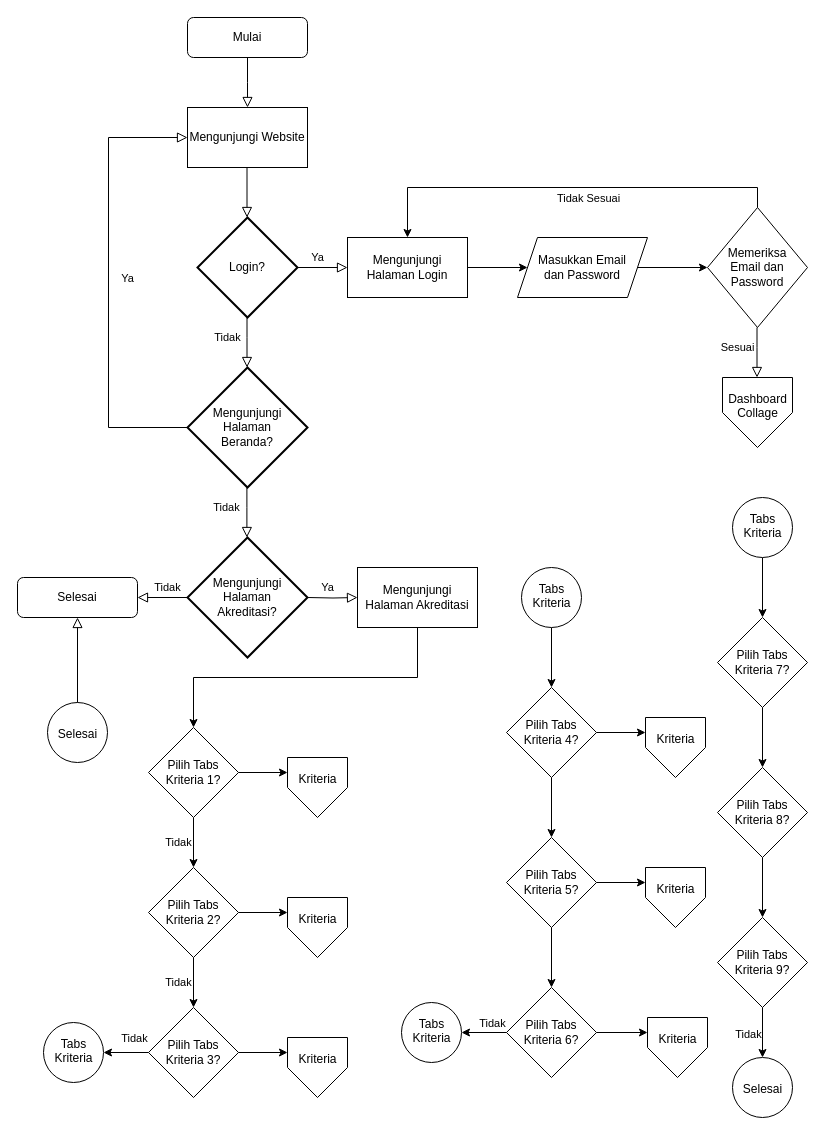
Before: page "Beranda" (1 of 2) of FilemanagerLPMI.drawio in muhfajarm/laravel-file-manager, a draw.io diagram. Source tidied: cells renumbered, new cells numbered last; positions are measured from the earlier drawing's top-left corner, leaving out a move shared by most shapes. Both pictures are drawn from the tidied source at 100%, with x=0, y=0 at pixel (17, 17).
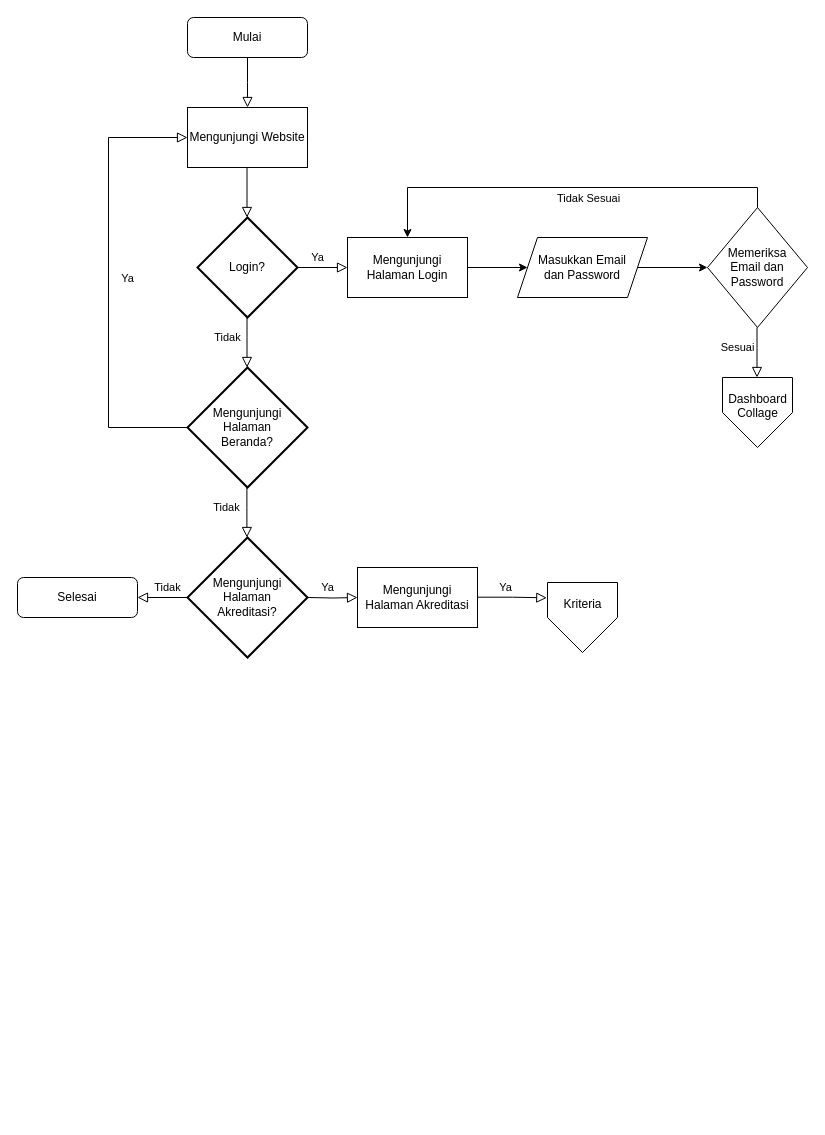
After the change.

Commit message (it also covers changes not shown here):
Update - Memindahkan Kriteria - FilemanagerLPMI.drawio

The change refers to these unchanged cells:
```xml
<mxCell id="13" value="Mengunjungi Halaman Akreditasi" style="rounded=0;whiteSpace=wrap;html=1;" parent="1" vertex="1">
  <mxGeometry x="340" y="550" width="120" height="60" as="geometry" />
</mxCell>
<mxCell id="16" value="Selesai" style="rounded=1;whiteSpace=wrap;html=1;fontSize=12;glass=0;strokeWidth=1;shadow=0;" parent="1" vertex="1">
  <mxGeometry y="560" width="120" height="40" as="geometry" />
</mxCell>
```

Change to the diagram source:
```diff
@@
-    <mxCell id="12" style="edgeStyle=orthogonalEdgeStyle;rounded=0;jettySize=auto;html=1;entryX=0.5;entryY=0;entryDx=0;entryDy=0;" parent="1" edge="1" source="13" target="29">
-      <mxGeometry relative="1" as="geometry">
-        <Array as="points">
-          <mxPoint x="400" y="660" />
-          <mxPoint x="176" y="660" />
-        </Array>
-      </mxGeometry>
-    </mxCell>
@@
-    <mxCell id="27" style="edgeStyle=orthogonalEdgeStyle;rounded=0;jettySize=auto;html=1;" parent="1" edge="1" source="29" target="30">
-      <mxGeometry relative="1" as="geometry" />
-    </mxCell>
-    <mxCell id="28" value="&lt;div&gt;Tidak&lt;/div&gt;" style="edgeLabel;html=1;align=center;verticalAlign=middle;" parent="27" vertex="1">
-      <mxGeometry x="0.2" relative="1" as="geometry">
-        <mxPoint x="-16" y="-6" as="offset" />
-      </mxGeometry>
-    </mxCell>
-    <mxCell id="29" value="&lt;div&gt;Pilih Tabs&lt;/div&gt;&lt;div&gt;Kriteria 1?&lt;br&gt;&lt;/div&gt;" style="rhombus;whiteSpace=wrap;html=1;rounded=0;" parent="1" vertex="1">
-      <mxGeometry x="131" y="710" width="90" height="90" as="geometry" />
-    </mxCell>
-    <mxCell id="30" value="Pilih Tabs Kriteria 2?" style="rhombus;whiteSpace=wrap;html=1;rounded=0;" parent="1" vertex="1">
-      <mxGeometry x="131" y="850" width="90" height="90" as="geometry" />
-    </mxCell>
-    <mxCell id="31" value="Pilih Tabs Kriteria 3?" style="rhombus;whiteSpace=wrap;html=1;rounded=0;" parent="1" vertex="1">
-      <mxGeometry x="131" y="990" width="90" height="90" as="geometry" />
-    </mxCell>
-    <mxCell id="32" value="&lt;div&gt;Selesai&lt;/div&gt;" style="verticalLabelPosition=bottom;verticalAlign=top;html=1;shape=mxgraph.flowchart.on-page_reference;spacing=-40;" parent="1" vertex="1">
-      <mxGeometry x="30" y="685" width="60" height="60" as="geometry" />
-    </mxCell>
-    <mxCell id="33" style="rounded=0;html=1;jettySize=auto;fontSize=11;endArrow=block;endFill=0;endSize=8;strokeWidth=1;shadow=0;labelBackgroundColor=none;edgeStyle=orthogonalEdgeStyle;spacingRight=0;exitX=0.5;exitY=0;exitDx=0;exitDy=0;exitPerimeter=0;entryX=0.5;entryY=1;entryDx=0;entryDy=0;" parent="1" edge="1" source="32" target="16">
-      <mxGeometry x="-0.2" y="-20" relative="1" as="geometry" />
-    </mxCell>
-    <mxCell id="34" value="&lt;div&gt;Tabs&lt;/div&gt;&lt;div&gt;Kriteria&lt;/div&gt;" style="verticalLabelPosition=bottom;verticalAlign=top;html=1;shape=mxgraph.flowchart.on-page_reference;spacing=-50;" parent="1" vertex="1">
-      <mxGeometry x="26" y="1005" width="60" height="60" as="geometry" />
-    </mxCell>
-    <mxCell id="35" style="edgeStyle=orthogonalEdgeStyle;rounded=0;jettySize=auto;html=1;entryX=1;entryY=0.5;entryDx=0;entryDy=0;entryPerimeter=0;exitX=0;exitY=0.5;exitDx=0;exitDy=0;" parent="1" edge="1" source="31" target="34">
-      <mxGeometry relative="1" as="geometry" />
-    </mxCell>
-    <mxCell id="36" value="Tidak" style="edgeLabel;html=1;align=center;verticalAlign=middle;" parent="35" vertex="1">
-      <mxGeometry x="-0.46" y="-1" relative="1" as="geometry">
-        <mxPoint x="-3" y="-14" as="offset" />
-      </mxGeometry>
-    </mxCell>
-    <mxCell id="37" style="edgeStyle=orthogonalEdgeStyle;rounded=0;jettySize=auto;html=1;exitX=0.5;exitY=1;exitDx=0;exitDy=0;entryX=0.5;entryY=0;entryDx=0;entryDy=0;" parent="1" edge="1" source="30" target="31">
-      <mxGeometry relative="1" as="geometry" />
-    </mxCell>
-    <mxCell id="38" value="&lt;div&gt;Tidak&lt;/div&gt;" style="edgeLabel;html=1;align=center;verticalAlign=middle;" parent="37" vertex="1">
-      <mxGeometry x="0.2" relative="1" as="geometry">
-        <mxPoint x="-16" y="-6" as="offset" />
-      </mxGeometry>
-    </mxCell>
-    <mxCell id="39" style="edgeStyle=orthogonalEdgeStyle;rounded=0;jettySize=auto;html=1;entryX=0.5;entryY=0;entryDx=0;entryDy=0;exitX=0.5;exitY=1;exitDx=0;exitDy=0;exitPerimeter=0;" parent="1" edge="1" source="40" target="41">
-      <mxGeometry relative="1" as="geometry" />
-    </mxCell>
-    <mxCell id="40" value="&lt;div&gt;Tabs&lt;/div&gt;&lt;div&gt;Kriteria&lt;/div&gt;" style="verticalLabelPosition=bottom;verticalAlign=top;html=1;shape=mxgraph.flowchart.on-page_reference;spacingRight=0;spacingLeft=0;spacing=-50;" parent="1" vertex="1">
-      <mxGeometry x="504" y="550" width="60" height="60" as="geometry" />
-    </mxCell>
-    <mxCell id="41" value="&lt;div&gt;Pilih Tabs&lt;/div&gt;&lt;div&gt;Kriteria 4?&lt;br&gt;&lt;/div&gt;" style="rhombus;whiteSpace=wrap;html=1;rounded=0;" parent="1" vertex="1">
-      <mxGeometry x="489" y="670" width="90" height="90" as="geometry" />
-    </mxCell>
-    <mxCell id="42" style="edgeStyle=orthogonalEdgeStyle;rounded=0;jettySize=auto;html=1;exitX=0.5;exitY=1;exitDx=0;exitDy=0;entryX=0.5;entryY=0;entryDx=0;entryDy=0;" parent="1" edge="1" source="41" target="43">
-      <mxGeometry relative="1" as="geometry" />
-    </mxCell>
-    <mxCell id="43" value="&lt;div&gt;Pilih Tabs&lt;/div&gt;&lt;div&gt;Kriteria 5?&lt;br&gt;&lt;/div&gt;" style="rhombus;whiteSpace=wrap;html=1;rounded=0;" parent="1" vertex="1">
-      <mxGeometry x="489" y="820" width="90" height="90" as="geometry" />
-    </mxCell>
-    <mxCell id="44" style="edgeStyle=orthogonalEdgeStyle;rounded=0;jettySize=auto;html=1;entryX=0.5;entryY=0;entryDx=0;entryDy=0;exitX=0.5;exitY=1;exitDx=0;exitDy=0;" parent="1" edge="1" source="43" target="45">
-      <mxGeometry relative="1" as="geometry" />
-    </mxCell>
-    <mxCell id="45" value="&lt;div&gt;Pilih Tabs&lt;/div&gt;&lt;div&gt;Kriteria 6?&lt;br&gt;&lt;/div&gt;" style="rhombus;whiteSpace=wrap;html=1;rounded=0;" parent="1" vertex="1">
-      <mxGeometry x="489" y="970" width="90" height="90" as="geometry" />
-    </mxCell>
-    <mxCell id="46" value="&lt;div&gt;Tabs&lt;/div&gt;&lt;div&gt;Kriteria&lt;/div&gt;" style="verticalLabelPosition=bottom;verticalAlign=top;html=1;shape=mxgraph.flowchart.on-page_reference;spacing=-50;" parent="1" vertex="1">
-      <mxGeometry x="384" y="985" width="60" height="60" as="geometry" />
-    </mxCell>
-    <mxCell id="47" style="edgeStyle=orthogonalEdgeStyle;rounded=0;jettySize=auto;html=1;entryX=1;entryY=0.5;entryDx=0;entryDy=0;entryPerimeter=0;exitX=0;exitY=0.5;exitDx=0;exitDy=0;" parent="1" edge="1" source="45" target="46">
-      <mxGeometry relative="1" as="geometry" />
-    </mxCell>
-    <mxCell id="48" value="Tidak" style="edgeLabel;html=1;align=center;verticalAlign=middle;" parent="47" vertex="1">
-      <mxGeometry x="-0.46" y="-1" relative="1" as="geometry">
-        <mxPoint x="-3" y="-9" as="offset" />
-      </mxGeometry>
-    </mxCell>
-    <mxCell id="49" style="edgeStyle=orthogonalEdgeStyle;rounded=0;jettySize=auto;html=1;entryX=0.5;entryY=0;entryDx=0;entryDy=0;exitX=0.5;exitY=1;exitDx=0;exitDy=0;exitPerimeter=0;" parent="1" edge="1" source="50" target="51">
-      <mxGeometry relative="1" as="geometry" />
-    </mxCell>
-    <mxCell id="50" value="&lt;div&gt;Tabs&lt;/div&gt;&lt;div&gt;Kriteria&lt;/div&gt;" style="verticalLabelPosition=bottom;verticalAlign=top;html=1;shape=mxgraph.flowchart.on-page_reference;spacingRight=0;spacingLeft=0;spacing=-50;" parent="1" vertex="1">
-      <mxGeometry x="715" y="480" width="60" height="60" as="geometry" />
-    </mxCell>
-    <mxCell id="51" value="&lt;div&gt;Pilih Tabs&lt;/div&gt;&lt;div&gt;Kriteria 7?&lt;br&gt;&lt;/div&gt;" style="rhombus;whiteSpace=wrap;html=1;rounded=0;" parent="1" vertex="1">
-      <mxGeometry x="700" y="600" width="90" height="90" as="geometry" />
-    </mxCell>
-    <mxCell id="52" style="edgeStyle=orthogonalEdgeStyle;rounded=0;jettySize=auto;html=1;exitX=0.5;exitY=1;exitDx=0;exitDy=0;entryX=0.5;entryY=0;entryDx=0;entryDy=0;" parent="1" edge="1" source="51" target="53">
-      <mxGeometry relative="1" as="geometry" />
-    </mxCell>
-    <mxCell id="53" value="&lt;div&gt;Pilih Tabs&lt;/div&gt;&lt;div&gt;Kriteria 8?&lt;br&gt;&lt;/div&gt;" style="rhombus;whiteSpace=wrap;html=1;rounded=0;" parent="1" vertex="1">
-      <mxGeometry x="700" y="750" width="90" height="90" as="geometry" />
-    </mxCell>
-    <mxCell id="54" style="edgeStyle=orthogonalEdgeStyle;rounded=0;jettySize=auto;html=1;entryX=0.5;entryY=0;entryDx=0;entryDy=0;exitX=0.5;exitY=1;exitDx=0;exitDy=0;" parent="1" edge="1" source="53" target="55">
-      <mxGeometry relative="1" as="geometry" />
-    </mxCell>
-    <mxCell id="55" value="&lt;div&gt;Pilih Tabs&lt;/div&gt;&lt;div&gt;Kriteria 9?&lt;br&gt;&lt;/div&gt;" style="rhombus;whiteSpace=wrap;html=1;rounded=0;" parent="1" vertex="1">
-      <mxGeometry x="700" y="900" width="90" height="90" as="geometry" />
-    </mxCell>
-    <mxCell id="56" value="Selesai" style="verticalLabelPosition=bottom;verticalAlign=top;html=1;shape=mxgraph.flowchart.on-page_reference;spacing=-40;" parent="1" vertex="1">
-      <mxGeometry x="715" y="1040" width="60" height="60" as="geometry" />
-    </mxCell>
-    <mxCell id="57" style="edgeStyle=orthogonalEdgeStyle;rounded=0;jettySize=auto;html=1;entryX=0.5;entryY=0;entryDx=0;entryDy=0;entryPerimeter=0;exitX=0.5;exitY=1;exitDx=0;exitDy=0;" parent="1" edge="1" source="55" target="56">
-      <mxGeometry relative="1" as="geometry" />
-    </mxCell>
-    <mxCell id="58" value="Tidak" style="edgeLabel;html=1;align=center;verticalAlign=middle;" parent="57" vertex="1">
-      <mxGeometry x="-0.46" y="-1" relative="1" as="geometry">
-        <mxPoint x="-14" y="12" as="offset" />
-      </mxGeometry>
-    </mxCell>
-    <mxCell id="59" value="Kriteria" style="verticalLabelPosition=bottom;verticalAlign=top;html=1;shape=offPageConnector;rounded=0;size=0.5;spacing=-50;" parent="1" vertex="1">
-      <mxGeometry x="270" y="740" width="60" height="60" as="geometry" />
-    </mxCell>
-    <mxCell id="60" style="endArrow=classic;html=1;rounded=0;entryX=0;entryY=0.25;entryDx=0;entryDy=0;exitX=1;exitY=0.5;exitDx=0;exitDy=0;" parent="1" edge="1" source="29" target="59">
-      <mxGeometry relative="1" as="geometry" />
-    </mxCell>
-    <mxCell id="61" value="Kriteria" style="verticalLabelPosition=bottom;verticalAlign=top;html=1;shape=offPageConnector;rounded=0;size=0.5;spacing=-50;" parent="1" vertex="1">
-      <mxGeometry x="270" y="880" width="60" height="60" as="geometry" />
-    </mxCell>
-    <mxCell id="62" style="endArrow=classic;html=1;rounded=0;entryX=0;entryY=0.25;entryDx=0;entryDy=0;exitX=1;exitY=0.5;exitDx=0;exitDy=0;" parent="1" edge="1" source="30" target="61">
-      <mxGeometry relative="1" as="geometry" />
-    </mxCell>
-    <mxCell id="63" value="Kriteria" style="verticalLabelPosition=bottom;verticalAlign=top;html=1;shape=offPageConnector;rounded=0;size=0.5;spacing=-50;" parent="1" vertex="1">
-      <mxGeometry x="270" y="1020" width="60" height="60" as="geometry" />
-    </mxCell>
-    <mxCell id="64" style="endArrow=classic;html=1;rounded=0;entryX=0;entryY=0.25;entryDx=0;entryDy=0;exitX=1;exitY=0.5;exitDx=0;exitDy=0;" parent="1" edge="1" source="31" target="63">
-      <mxGeometry relative="1" as="geometry" />
-    </mxCell>
-    <mxCell id="65" value="Kriteria" style="verticalLabelPosition=bottom;verticalAlign=top;html=1;shape=offPageConnector;rounded=0;size=0.5;spacing=-50;" parent="1" vertex="1">
-      <mxGeometry x="628" y="700" width="60" height="60" as="geometry" />
-    </mxCell>
-    <mxCell id="66" style="endArrow=classic;html=1;rounded=0;entryX=0;entryY=0.25;entryDx=0;entryDy=0;exitX=1;exitY=0.5;exitDx=0;exitDy=0;" parent="1" edge="1" source="41" target="65">
-      <mxGeometry relative="1" as="geometry" />
-    </mxCell>
-    <mxCell id="67" value="Kriteria" style="verticalLabelPosition=bottom;verticalAlign=top;html=1;shape=offPageConnector;rounded=0;size=0.5;spacing=-50;" parent="1" vertex="1">
-      <mxGeometry x="628" y="850" width="60" height="60" as="geometry" />
-    </mxCell>
-    <mxCell id="68" style="endArrow=classic;html=1;rounded=0;entryX=0;entryY=0.25;entryDx=0;entryDy=0;exitX=1;exitY=0.5;exitDx=0;exitDy=0;" parent="1" edge="1" source="43" target="67">
-      <mxGeometry relative="1" as="geometry" />
-    </mxCell>
-    <mxCell id="69" value="Kriteria" style="verticalLabelPosition=bottom;verticalAlign=top;html=1;shape=offPageConnector;rounded=0;size=0.5;spacing=-50;" parent="1" vertex="1">
-      <mxGeometry x="630" y="1000" width="60" height="60" as="geometry" />
-    </mxCell>
-    <mxCell id="70" style="endArrow=classic;html=1;rounded=0;entryX=0;entryY=0.25;entryDx=0;entryDy=0;exitX=1;exitY=0.5;exitDx=0;exitDy=0;" parent="1" edge="1" source="45" target="69">
-      <mxGeometry relative="1" as="geometry" />
-    </mxCell>
+    <mxCell id="71" value="Kriteria" style="verticalLabelPosition=bottom;verticalAlign=top;html=1;shape=offPageConnector;rounded=0;size=0.5;spacing=-60;" parent="1" vertex="1">
+      <mxGeometry x="530" y="565" width="70" height="70" as="geometry" />
+    </mxCell>
+    <mxCell id="72" value="Ya" style="rounded=0;html=1;jettySize=auto;fontSize=11;endArrow=block;endFill=0;endSize=8;strokeWidth=1;shadow=0;labelBackgroundColor=none;edgeStyle=orthogonalEdgeStyle;exitX=1;exitY=0.5;exitDx=0;exitDy=0;exitPerimeter=0;spacingTop=0;spacingBottom=0;entryX=-0.01;entryY=0.219;entryDx=0;entryDy=0;entryPerimeter=0;" parent="1" edge="1" target="71">
+      <mxGeometry x="-0.2" y="10" relative="1" as="geometry">
+        <mxPoint x="460" y="579.7" as="sourcePoint" />
+        <Array as="points">
+          <mxPoint x="495" y="580" />
+        </Array>
+      </mxGeometry>
+    </mxCell>
```
